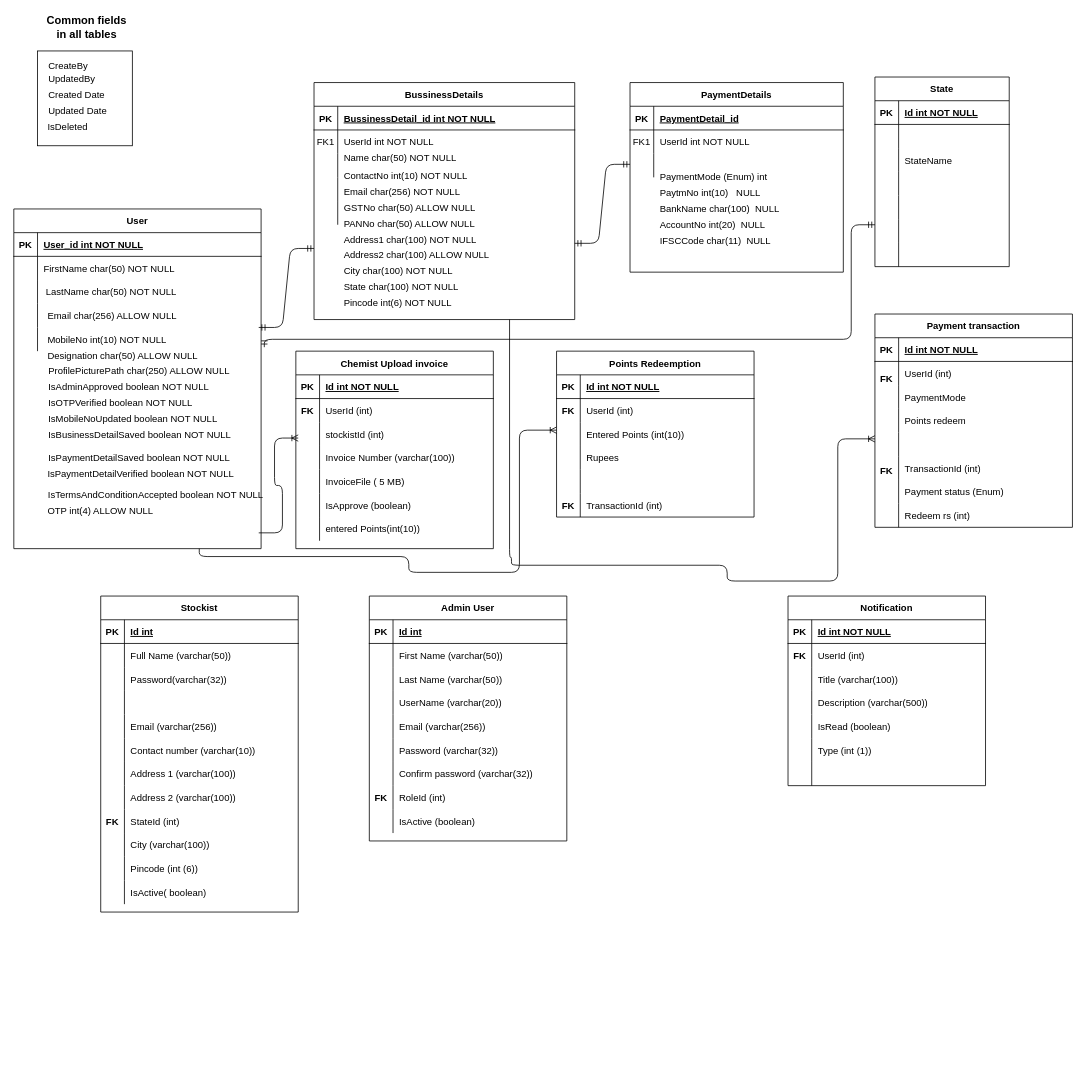
Earlier version of the draw.io diagram ProfitorERD.drawio (NirikshaSoni/TestProject). Source tidied: cells renumbered, new cells numbered last; positions are measured from the earlier drawing's top-left corner, leaving out a move shared by most shapes. Both pictures are drawn from the tidied source at 79%, with x=0, y=0 at pixel (13, 19).
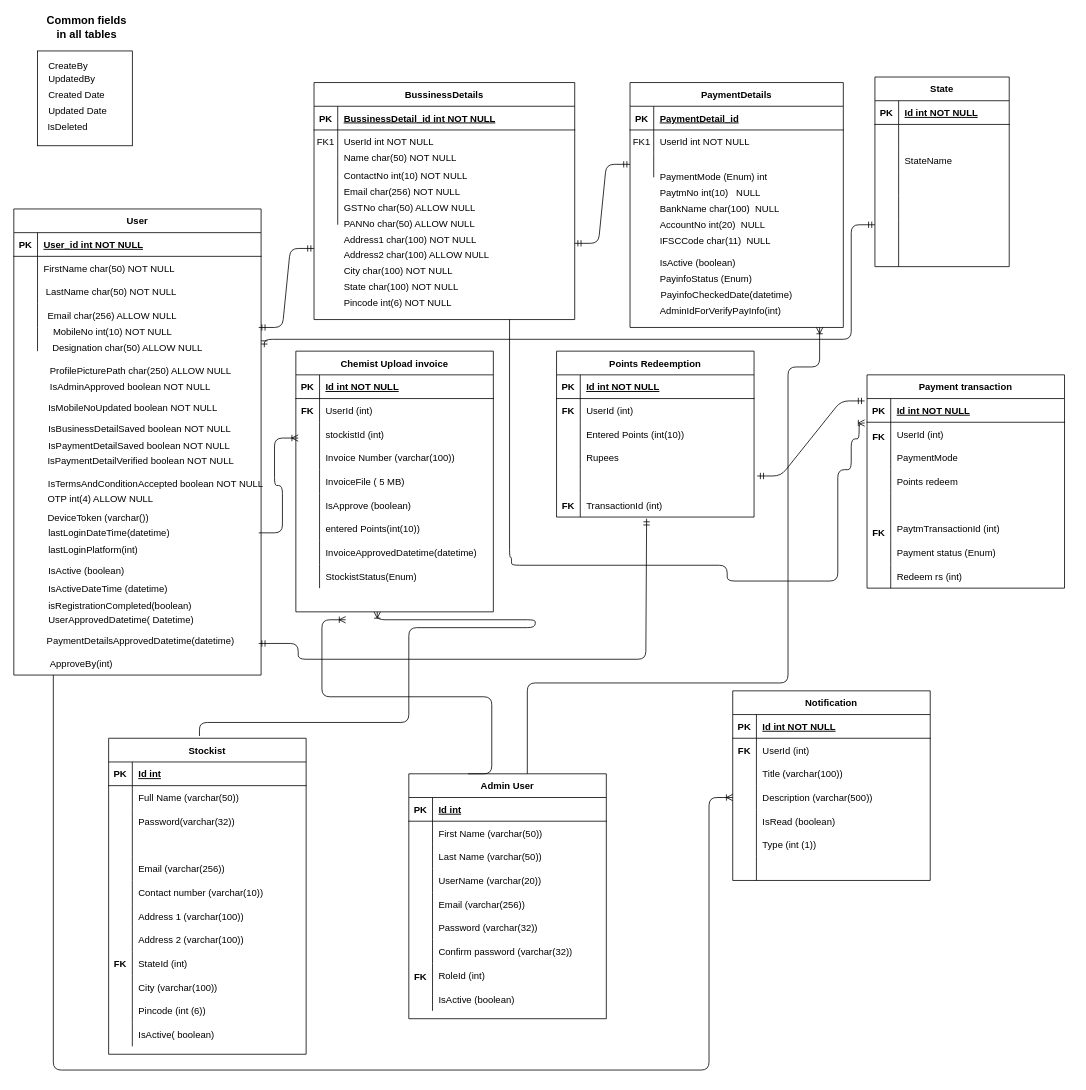
The same page after the edit.

Unchanged cells that the change refers to:
```xml
<mxCell id="16" style="shape=partialRectangle;fillColor=none;points=[[0,0.5],[1,0.5]];portConstraint=eastwest;top=0;left=0;right=0;bottom=0;" parent="3" vertex="1">
  <mxGeometry y="150" width="250" height="30" as="geometry" />
</mxCell>
<mxCell id="19" style="shape=partialRectangle;fillColor=none;points=[[0,0.5],[1,0.5]];portConstraint=eastwest;top=0;left=0;right=0;bottom=0;" parent="3" vertex="1">
  <mxGeometry y="180" width="250" height="30" as="geometry" />
</mxCell>
<mxCell id="113" style="shape=partialRectangle;fillColor=none;points=[[0,0.5],[1,0.5]];portConstraint=eastwest;top=0;left=0;right=0;bottom=1;" parent="112" vertex="1">
  <mxGeometry y="30" width="250" height="30" as="geometry" />
</mxCell>
<mxCell id="116" style="shape=partialRectangle;fillColor=none;points=[[0,0.5],[1,0.5]];portConstraint=eastwest;top=0;left=0;right=0;bottom=0;" parent="112" vertex="1">
  <mxGeometry y="60" width="250" height="30" as="geometry" />
</mxCell>
<mxCell id="128" style="shape=partialRectangle;fillColor=none;top=0;left=0;right=0;bottom=0;" parent="112" vertex="1">
  <mxGeometry y="180" width="250" height="30" as="geometry" />
</mxCell>
<mxCell id="148" style="shape=partialRectangle;fillColor=none;points=[[0,0.5],[1,0.5]];portConstraint=eastwest;top=0;left=0;right=0;bottom=0;" parent="138" vertex="1">
  <mxGeometry y="120" width="250" height="30" as="geometry" />
</mxCell>
<mxCell id="211" value="BussinessDetails" style="shape=table;startSize=30;childLayout=tableLayout;rowLines=0;fontStyle=1;align=center;" parent="1" vertex="1">
  <mxGeometry x="380" y="80" width="330" height="300" as="geometry" />
</mxCell>
```

The edit, as a diff of the source:
```diff
@@
     <mxCell id="22" value="Admin User" style="shape=table;startSize=30;childLayout=tableLayout;rowLines=0;fontStyle=1;align=center;" parent="1" vertex="1">
-      <mxGeometry x="450" y="730" width="250" height="310" as="geometry" />
+      <mxGeometry x="500" y="955" width="250" height="310" as="geometry" />
     </mxCell>
@@
     <mxCell id="50" value="Chemist Upload invoice" style="shape=table;startSize=30;childLayout=tableLayout;rowLines=0;fontStyle=1;align=center;" parent="1" vertex="1">
-      <mxGeometry x="357" y="420" width="250" height="250" as="geometry" />
+      <mxGeometry x="357" y="420" width="250" height="330" as="geometry" />
     </mxCell>
@@
+    <mxCell id="268" style="shape=partialRectangle;fillColor=none;top=0;left=0;right=0;bottom=0;" parent="50" vertex="1">
+      <mxGeometry y="240" width="250" height="30" as="geometry" />
+    </mxCell>
+    <mxCell id="269" style="shape=partialRectangle;overflow=hidden;fillColor=none;top=0;left=0;bottom=0;right=0;" parent="268" vertex="1">
+      <mxGeometry width="30" height="30" as="geometry" />
+    </mxCell>
+    <mxCell id="270" value="InvoiceApprovedDatetime(datetime)" style="shape=partialRectangle;overflow=hidden;fillColor=none;top=0;left=0;bottom=0;right=0;align=left;spacingLeft=6;" parent="268" vertex="1">
+      <mxGeometry x="30" width="220" height="30" as="geometry" />
+    </mxCell>
+    <mxCell id="271" style="shape=partialRectangle;fillColor=none;top=0;left=0;right=0;bottom=0;" parent="50" vertex="1">
+      <mxGeometry y="270" width="250" height="30" as="geometry" />
+    </mxCell>
+    <mxCell id="272" style="shape=partialRectangle;overflow=hidden;fillColor=none;top=0;left=0;bottom=0;right=0;" parent="271" vertex="1">
+      <mxGeometry width="30" height="30" as="geometry" />
+    </mxCell>
+    <mxCell id="273" value="StockistStatus(Enum)" style="shape=partialRectangle;overflow=hidden;fillColor=none;top=0;left=0;bottom=0;right=0;align=left;spacingLeft=6;" parent="271" vertex="1">
+      <mxGeometry x="30" width="220" height="30" as="geometry" />
+    </mxCell>
@@
     <mxCell id="73" value="FK" style="shape=partialRectangle;overflow=hidden;fillColor=none;top=0;left=0;bottom=0;right=0;fontStyle=1;" parent="1" vertex="1">
-      <mxGeometry x="450" y="970" width="30" height="30" as="geometry" />
+      <mxGeometry x="500" y="1196" width="30" height="30" as="geometry" />
     </mxCell>
     <mxCell id="74" value="Stockist" style="shape=table;startSize=30;childLayout=tableLayout;rowLines=0;fontStyle=1;align=center;" parent="1" vertex="1">
-      <mxGeometry x="110" y="730" width="250" height="400" as="geometry" />
+      <mxGeometry x="120" y="910" width="250" height="400" as="geometry" />
     </mxCell>
@@
     <mxCell id="111" value="FK" style="shape=partialRectangle;overflow=hidden;fillColor=none;top=0;left=0;bottom=0;right=0;fontStyle=1;" parent="1" vertex="1">
-      <mxGeometry x="110" y="1000" width="30" height="30" as="geometry" />
+      <mxGeometry x="120" y="1180" width="30" height="30" as="geometry" />
     </mxCell>
     <mxCell id="112" value="Payment transaction" style="shape=table;startSize=30;childLayout=tableLayout;rowLines=0;fontStyle=1;align=center;" parent="1" vertex="1">
-      <mxGeometry x="1090" y="373" width="250" height="270" as="geometry" />
+      <mxGeometry x="1080" y="450" width="250" height="270" as="geometry" />
     </mxCell>
@@
-    <mxCell id="130" value="TransactionId (int)" style="shape=partialRectangle;overflow=hidden;fillColor=none;top=0;left=0;bottom=0;right=0;align=left;spacingLeft=6;" parent="128" vertex="1">
+    <mxCell id="130" value="PaytmTransactionId (int)" style="shape=partialRectangle;overflow=hidden;fillColor=none;top=0;left=0;bottom=0;right=0;align=left;spacingLeft=6;" parent="128" vertex="1">
       <mxGeometry x="30" width="220" height="30" as="geometry" />
     </mxCell>
@@
     <mxCell id="138" value="Notification" style="shape=table;startSize=30;childLayout=tableLayout;rowLines=0;fontStyle=1;align=center;" parent="1" vertex="1">
-      <mxGeometry x="980" y="730" width="250" height="240" as="geometry" />
+      <mxGeometry x="910" y="850" width="250" height="240" as="geometry" />
     </mxCell>
@@
     <mxCell id="182" value="User" style="shape=table;startSize=30;childLayout=tableLayout;rowLines=0;fontStyle=1;align=center;" parent="1" vertex="1">
-      <mxGeometry y="240" width="313" height="430" as="geometry" />
+      <mxGeometry y="240" width="313" height="590" as="geometry" />
     </mxCell>
@@
     <mxCell id="199" value="Designation char(50) ALLOW NULL" style="shape=partialRectangle;overflow=hidden;fillColor=none;top=0;left=0;bottom=0;right=0;align=left;spacingLeft=6;" parent="1" vertex="1">
-      <mxGeometry x="35" y="410" width="220" height="30" as="geometry" />
+      <mxGeometry x="41" y="400" width="220" height="30" as="geometry" />
     </mxCell>
-    <mxCell id="200" value="IsOTPVerified boolean NOT NULL" style="shape=partialRectangle;overflow=hidden;fillColor=none;top=0;left=0;bottom=0;right=0;align=left;spacingLeft=6;" parent="1" vertex="1">
-      <mxGeometry x="36" y="470" width="220" height="31" as="geometry" />
-    </mxCell>
     <mxCell id="201" value="IsMobileNoUpdated boolean NOT NULL" style="shape=partialRectangle;overflow=hidden;fillColor=none;top=0;left=0;bottom=0;right=0;align=left;spacingLeft=6;" parent="1" vertex="1">
-      <mxGeometry x="36" y="490" width="248" height="30" as="geometry" />
+      <mxGeometry x="36" y="476" width="248" height="30" as="geometry" />
     </mxCell>
     <mxCell id="202" value="IsBusinessDetailSaved boolean NOT NULL" style="shape=partialRectangle;overflow=hidden;fillColor=none;top=0;left=0;bottom=0;right=0;align=left;spacingLeft=6;" parent="1" vertex="1">
-      <mxGeometry x="36" y="510" width="248" height="30" as="geometry" />
+      <mxGeometry x="36" y="503" width="248" height="30" as="geometry" />
     </mxCell>
     <mxCell id="203" value="IsPaymentDetailSaved boolean NOT NULL" style="shape=partialRectangle;overflow=hidden;fillColor=none;top=0;left=0;bottom=0;right=0;align=left;spacingLeft=6;" parent="1" vertex="1">
-      <mxGeometry x="36" y="540" width="248" height="30" as="geometry" />
+      <mxGeometry x="36" y="524" width="248" height="30" as="geometry" />
     </mxCell>
     <mxCell id="204" value="IsTermsAndConditionAccepted boolean NOT NULL" style="shape=partialRectangle;overflow=hidden;fillColor=none;top=0;left=0;bottom=0;right=0;align=left;spacingLeft=6;" parent="1" vertex="1">
-      <mxGeometry x="35.5" y="586" width="287" height="30" as="geometry" />
+      <mxGeometry x="35.5" y="572" width="287" height="30" as="geometry" />
     </mxCell>
     <mxCell id="205" value="ProfilePicturePath char(250) ALLOW NULL" style="shape=partialRectangle;overflow=hidden;fillColor=none;top=0;left=0;bottom=0;right=0;align=left;spacingLeft=6;" parent="1" vertex="1">
-      <mxGeometry x="36" y="430" width="248" height="30" as="geometry" />
+      <mxGeometry x="38" y="430" width="248" height="30" as="geometry" />
     </mxCell>
     <mxCell id="206" value="OTP int(4) ALLOW NULL" style="shape=partialRectangle;overflow=hidden;fillColor=none;top=0;left=0;bottom=0;right=0;align=left;spacingLeft=6;" parent="1" vertex="1">
-      <mxGeometry x="35" y="606" width="287" height="30" as="geometry" />
+      <mxGeometry x="35" y="592" width="287" height="30" as="geometry" />
     </mxCell>
@@
     <mxCell id="208" value="MobileNo int(10) NOT NULL" style="shape=partialRectangle;overflow=hidden;fillColor=none;top=0;left=0;bottom=0;right=0;align=left;spacingLeft=6;" parent="1" vertex="1">
-      <mxGeometry x="35" y="390" width="220" height="30" as="geometry" />
+      <mxGeometry x="42" y="380" width="220" height="30" as="geometry" />
     </mxCell>
     <mxCell id="209" value="IsAdminApproved boolean NOT NULL" style="shape=partialRectangle;overflow=hidden;fillColor=none;top=0;left=0;bottom=0;right=0;align=left;spacingLeft=6;" parent="1" vertex="1">
-      <mxGeometry x="36" y="450" width="220" height="30" as="geometry" />
+      <mxGeometry x="38" y="450" width="220" height="30" as="geometry" />
     </mxCell>
     <mxCell id="210" value="IsPaymentDetailVerified boolean NOT NULL" style="shape=partialRectangle;overflow=hidden;fillColor=none;top=0;left=0;bottom=0;right=0;align=left;spacingLeft=6;" parent="1" vertex="1">
-      <mxGeometry x="35" y="560" width="248" height="30" as="geometry" />
+      <mxGeometry x="35" y="543" width="248" height="30" as="geometry" />
     </mxCell>
@@
     <mxCell id="237" value="PaymentDetails" style="shape=table;startSize=30;childLayout=tableLayout;rowLines=0;fontStyle=1;align=center;" parent="1" vertex="1">
-      <mxGeometry x="780" y="80" width="270" height="240" as="geometry" />
+      <mxGeometry x="780" y="80" width="270" height="310" as="geometry" />
     </mxCell>
@@
     <mxCell id="252" value="FK" style="shape=partialRectangle;overflow=hidden;fillColor=none;top=0;left=0;bottom=0;right=0;fontStyle=1;" parent="1" vertex="1">
-      <mxGeometry x="1090" y="556" width="30" height="30" as="geometry" />
+      <mxGeometry x="1080" y="635" width="30" height="30" as="geometry" />
     </mxCell>
     <mxCell id="253" value="FK" style="shape=partialRectangle;overflow=hidden;fillColor=none;top=0;left=0;bottom=0;right=0;fontStyle=1;" parent="1" vertex="1">
-      <mxGeometry x="1090" y="440" width="30" height="30" as="geometry" />
+      <mxGeometry x="1080" y="513" width="30" height="30" as="geometry" />
     </mxCell>
@@
     <mxCell id="255" value="FK" style="shape=partialRectangle;overflow=hidden;fillColor=none;top=0;left=0;bottom=0;right=0;fontStyle=1;" parent="1" vertex="1">
-      <mxGeometry x="980" y="790" width="30" height="30" as="geometry" />
+      <mxGeometry x="910" y="910" width="30" height="30" as="geometry" />
     </mxCell>
@@
-    <mxCell id="265" style="edgeStyle=orthogonalEdgeStyle;fontSize=12;html=1;endArrow=ERoneToMany;exitX=0.75;exitY=1;exitDx=0;exitDy=0;" parent="1" edge="1" source="182">
+    <mxCell id="265" style="edgeStyle=orthogonalEdgeStyle;fontSize=12;html=1;endArrow=ERoneToMany;exitX=0.46;exitY=-0.007;exitDx=0;exitDy=0;exitPerimeter=0;" parent="1" edge="1" source="74">
       <mxGeometry relative="1" as="geometry">
-        <mxPoint x="687" y="520" as="targetPoint" />
+        <mxPoint x="460" y="750" as="targetPoint" />
         <Array as="points">
-          <mxPoint x="235" y="680" />
-          <mxPoint x="500" y="680" />
-          <mxPoint x="500" y="700" />
-          <mxPoint x="640" y="700" />
-          <mxPoint x="640" y="520" />
+          <mxPoint x="235" y="890" />
+          <mxPoint x="500" y="890" />
+          <mxPoint x="500" y="770" />
+          <mxPoint x="660" y="770" />
+          <mxPoint x="660" y="760" />
         </Array>
       </mxGeometry>
     </mxCell>
@@
-    <mxCell id="267" style="edgeStyle=orthogonalEdgeStyle;fontSize=12;html=1;endArrow=ERoneToMany;exitX=0.75;exitY=1;exitDx=0;exitDy=0;" parent="1" edge="1" source="211">
+    <mxCell id="267" style="edgeStyle=orthogonalEdgeStyle;fontSize=12;html=1;endArrow=ERoneToMany;exitX=0.75;exitY=1;exitDx=0;exitDy=0;entryX=-0.012;entryY=0.033;entryDx=0;entryDy=0;entryPerimeter=0;" parent="1" edge="1" source="211" target="116">
       <mxGeometry relative="1" as="geometry">
-        <mxPoint x="1090" y="531" as="targetPoint" />
         <Array as="points">
           <mxPoint x="628" y="681" />
           <mxPoint x="630" y="681" />
           <mxPoint x="630" y="691" />
           <mxPoint x="903" y="691" />
           <mxPoint x="903" y="711" />
           <mxPoint x="1043" y="711" />
-          <mxPoint x="1043" y="531" />
+          <mxPoint x="1043" y="570" />
+          <mxPoint x="1060" y="570" />
+          <mxPoint x="1060" y="531" />
+          <mxPoint x="1070" y="531" />
+          <mxPoint x="1070" y="511" />
         </Array>
       </mxGeometry>
     </mxCell>
+    <mxCell id="274" value="DeviceToken (varchar())" style="shape=partialRectangle;overflow=hidden;fillColor=none;top=0;left=0;bottom=0;right=0;align=left;spacingLeft=6;" parent="1" vertex="1">
+      <mxGeometry x="35" y="616" width="287" height="30" as="geometry" />
+    </mxCell>
+    <mxCell id="275" value="lastLoginDateTime(datetime)" style="shape=partialRectangle;overflow=hidden;fillColor=none;top=0;left=0;bottom=0;right=0;align=left;spacingLeft=6;" parent="1" vertex="1">
+      <mxGeometry x="36" y="635" width="287" height="30" as="geometry" />
+    </mxCell>
+    <mxCell id="276" value="lastLoginPlatform(int) " style="shape=partialRectangle;overflow=hidden;fillColor=none;top=0;left=0;bottom=0;right=0;align=left;spacingLeft=6;" parent="1" vertex="1">
+      <mxGeometry x="36" y="656" width="287" height="30" as="geometry" />
+    </mxCell>
+    <mxCell id="277" value="IsActive (boolean)" style="shape=partialRectangle;overflow=hidden;fillColor=none;top=0;left=0;bottom=0;right=0;align=left;spacingLeft=6;" parent="1" vertex="1">
+      <mxGeometry x="36" y="683" width="287" height="30" as="geometry" />
+    </mxCell>
+    <mxCell id="278" value="IsActiveDateTime (datetime)" style="shape=partialRectangle;overflow=hidden;fillColor=none;top=0;left=0;bottom=0;right=0;align=left;spacingLeft=6;" parent="1" vertex="1">
+      <mxGeometry x="36" y="705" width="287" height="30" as="geometry" />
+    </mxCell>
+    <mxCell id="279" value="IsActive (boolean)" style="shape=partialRectangle;overflow=hidden;fillColor=none;top=0;left=0;bottom=0;right=0;align=left;spacingLeft=6;" parent="1" vertex="1">
+      <mxGeometry x="810" y="293" width="220" height="30" as="geometry" />
+    </mxCell>
+    <mxCell id="280" value="isRegistrationCompleted(boolean)" style="shape=partialRectangle;overflow=hidden;fillColor=none;top=0;left=0;bottom=0;right=0;align=left;spacingLeft=6;" parent="1" vertex="1">
+      <mxGeometry x="36" y="727" width="287" height="30" as="geometry" />
+    </mxCell>
+    <mxCell id="281" value="UserApprovedDatetime( Datetime)" style="shape=partialRectangle;overflow=hidden;fillColor=none;top=0;left=0;bottom=0;right=0;align=left;spacingLeft=6;" parent="1" vertex="1">
+      <mxGeometry x="36" y="745" width="287" height="30" as="geometry" />
+    </mxCell>
+    <mxCell id="282" value="PaymentDetailsApprovedDatetime(datetime)" style="shape=partialRectangle;overflow=hidden;fillColor=none;top=0;left=0;bottom=0;right=0;align=left;spacingLeft=6;" parent="1" vertex="1">
+      <mxGeometry x="34" y="771" width="287" height="30" as="geometry" />
+    </mxCell>
+    <mxCell id="283" style="edgeStyle=orthogonalEdgeStyle;fontSize=12;html=1;endArrow=ERoneToMany;entryX=0;entryY=0.5;entryDx=0;entryDy=0;" parent="1" edge="1" target="148">
+      <mxGeometry relative="1" as="geometry">
+        <mxPoint x="50" y="830" as="sourcePoint" />
+        <Array as="points">
+          <mxPoint x="50" y="1330" />
+          <mxPoint x="880" y="1330" />
+          <mxPoint x="880" y="985" />
+        </Array>
+      </mxGeometry>
+    </mxCell>
+    <mxCell id="284" value="PayinfoStatus (Enum)" style="shape=partialRectangle;overflow=hidden;fillColor=none;top=0;left=0;bottom=0;right=0;align=left;spacingLeft=6;" parent="1" vertex="1">
+      <mxGeometry x="810" y="313" width="220" height="30" as="geometry" />
+    </mxCell>
+    <mxCell id="285" value="PayinfoCheckedDate(datetime)" style="shape=partialRectangle;overflow=hidden;fillColor=none;top=0;left=0;bottom=0;right=0;align=left;spacingLeft=6;" parent="1" vertex="1">
+      <mxGeometry x="811" y="333" width="220" height="30" as="geometry" />
+    </mxCell>
+    <mxCell id="286" value="AdminIdForVerifyPayInfo(int)" style="shape=partialRectangle;overflow=hidden;fillColor=none;top=0;left=0;bottom=0;right=0;align=left;spacingLeft=6;" parent="1" vertex="1">
+      <mxGeometry x="810" y="353" width="220" height="30" as="geometry" />
+    </mxCell>
+    <mxCell id="287" style="edgeStyle=orthogonalEdgeStyle;fontSize=12;html=1;endArrow=ERmandOne;startArrow=ERmandOne;entryX=0.456;entryY=1.067;entryDx=0;entryDy=0;entryPerimeter=0;" parent="1" edge="1" target="19">
+      <mxGeometry relative="1" as="geometry">
+        <mxPoint x="310" y="790" as="sourcePoint" />
+        <Array as="points">
+          <mxPoint x="360" y="790" />
+          <mxPoint x="360" y="810" />
+          <mxPoint x="800" y="810" />
+        </Array>
+      </mxGeometry>
+    </mxCell>
+    <mxCell id="288" style="edgeStyle=entityRelationEdgeStyle;fontSize=12;html=1;endArrow=ERoneToMany;" parent="1" edge="1">
+      <mxGeometry relative="1" as="geometry">
+        <mxPoint x="575" y="955" as="sourcePoint" />
+        <mxPoint x="420" y="760" as="targetPoint" />
+      </mxGeometry>
+    </mxCell>
+    <mxCell id="289" style="edgeStyle=orthogonalEdgeStyle;fontSize=12;html=1;endArrow=ERoneToMany;" parent="1" edge="1">
+      <mxGeometry relative="1" as="geometry">
+        <mxPoint x="650" y="955" as="sourcePoint" />
+        <mxPoint x="1020" y="390" as="targetPoint" />
+        <Array as="points">
+          <mxPoint x="650" y="840" />
+          <mxPoint x="980" y="840" />
+          <mxPoint x="980" y="440" />
+          <mxPoint x="1020" y="440" />
+        </Array>
+      </mxGeometry>
+    </mxCell>
+    <mxCell id="290" style="edgeStyle=entityRelationEdgeStyle;fontSize=12;html=1;endArrow=ERmandOne;startArrow=ERmandOne;exitX=1.016;exitY=0.267;exitDx=0;exitDy=0;exitPerimeter=0;entryX=-0.012;entryY=0.1;entryDx=0;entryDy=0;entryPerimeter=0;" parent="1" edge="1" source="16" target="113">
+      <mxGeometry relative="1" as="geometry" />
+    </mxCell>
+    <mxCell id="291" value="ApproveBy(int)" style="shape=partialRectangle;overflow=hidden;fillColor=none;top=0;left=0;bottom=0;right=0;align=left;spacingLeft=6;" parent="1" vertex="1">
+      <mxGeometry x="38" y="800" width="287" height="30" as="geometry" />
+    </mxCell>
```
